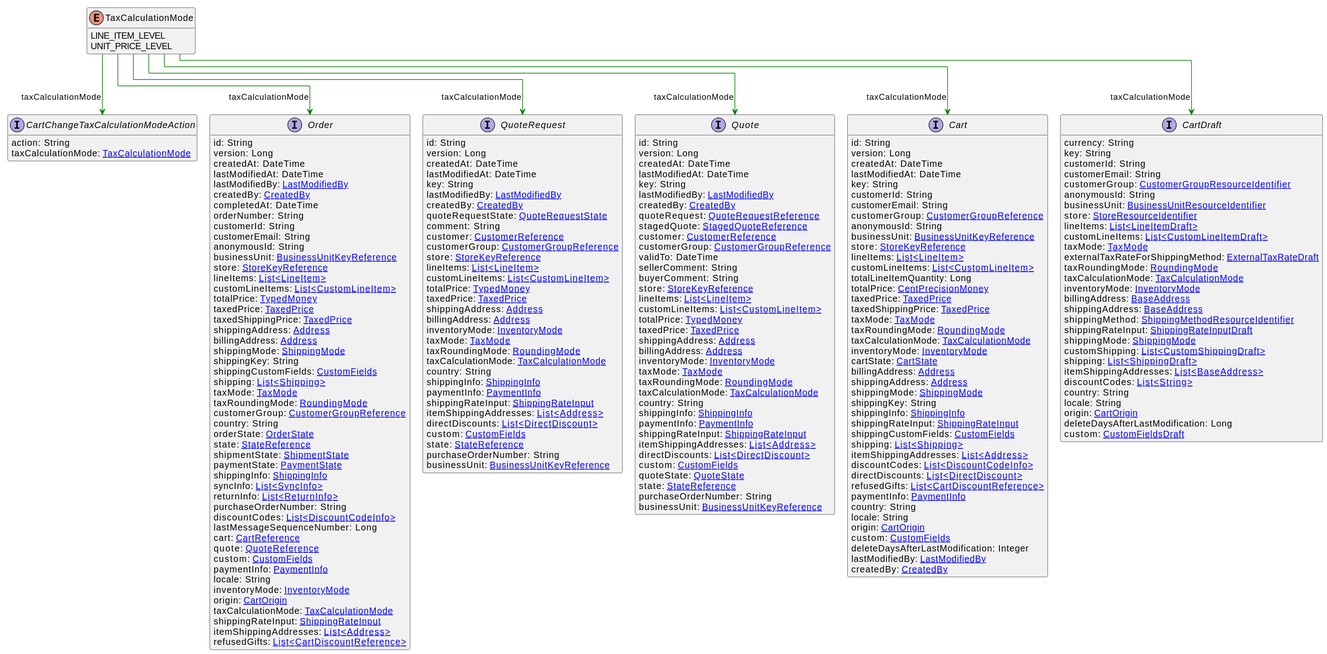
This is uml/api/svg/TaxCalculationMode.svg from commercetools/commercetools-api-reference, a PlantUML export, as it was before one commit.
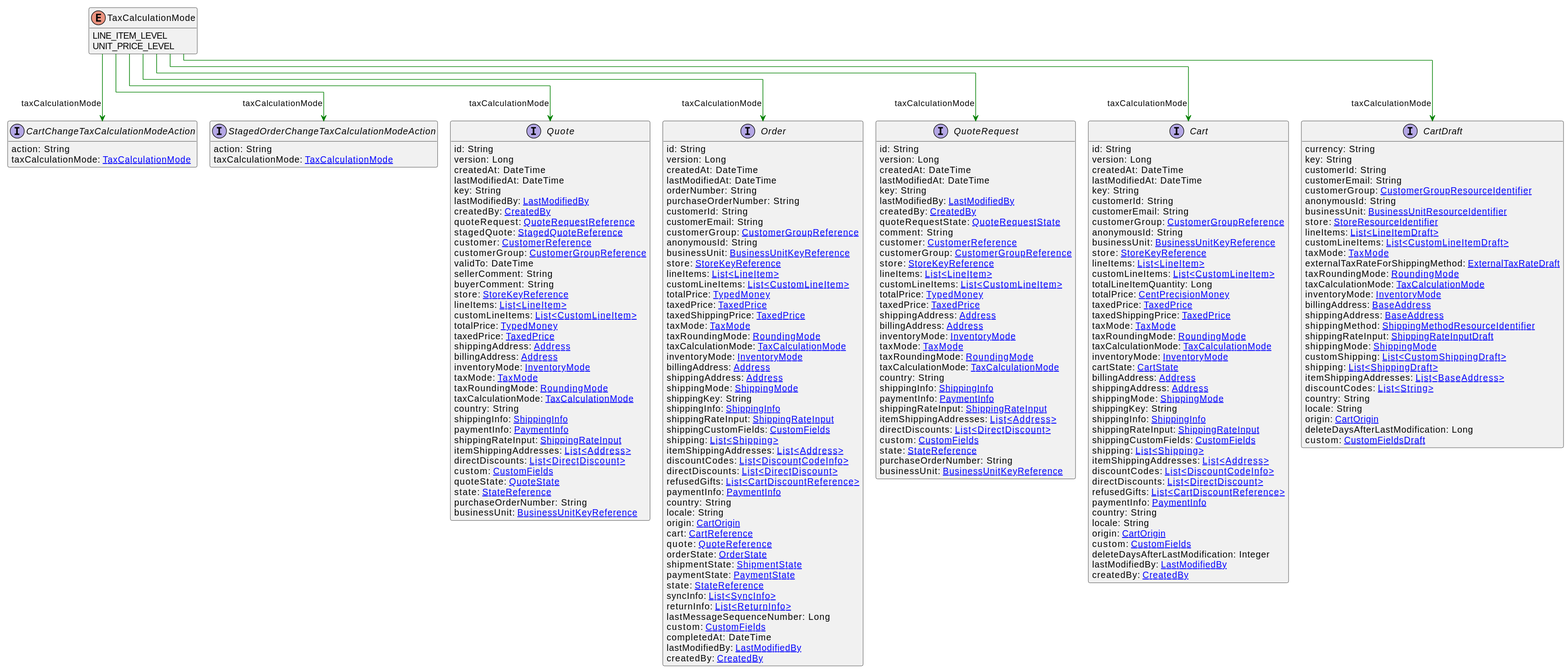
The same diagram one commit later.

The edit, as a diff of the source:
```diff
@@ -84,17 +84,20 @@
     action: String
     taxCalculationMode: [[TaxCalculationMode.svg TaxCalculationMode]]
 }
+interface StagedOrderChangeTaxCalculationModeAction [[StagedOrderChangeTaxCalculationModeAction.svg]]  {
+    action: String
+    taxCalculationMode: [[TaxCalculationMode.svg TaxCalculationMode]]
+}
 interface Order [[Order.svg]]  {
     id: String
     version: Long
     createdAt: DateTime
     lastModifiedAt: DateTime
-    lastModifiedBy: [[LastModifiedBy.svg LastModifiedBy]]
-    createdBy: [[CreatedBy.svg CreatedBy]]
-    completedAt: DateTime
     orderNumber: String
+    purchaseOrderNumber: String
     customerId: String
     customerEmail: String
+    customerGroup: [[CustomerGroupReference.svg CustomerGroupReference]]
     anonymousId: String
     businessUnit: [[BusinessUnitKeyReference.svg BusinessUnitKeyReference]]
     store: [[StoreKeyReference.svg StoreKeyReference]]
@@ -103,37 +106,39 @@
     totalPrice: [[TypedMoney.svg TypedMoney]]
     taxedPrice: [[TaxedPrice.svg TaxedPrice]]
     taxedShippingPrice: [[TaxedPrice.svg TaxedPrice]]
+    taxMode: [[TaxMode.svg TaxMode]]
+    taxRoundingMode: [[RoundingMode.svg RoundingMode]]
+    taxCalculationMode: [[TaxCalculationMode.svg TaxCalculationMode]]
+    inventoryMode: [[InventoryMode.svg InventoryMode]]
+    billingAddress: [[Address.svg Address]]
     shippingAddress: [[Address.svg Address]]
-    billingAddress: [[Address.svg Address]]
     shippingMode: [[ShippingMode.svg ShippingMode]]
     shippingKey: String
+    shippingInfo: [[ShippingInfo.svg ShippingInfo]]
+    shippingRateInput: [[ShippingRateInput.svg ShippingRateInput]]
     shippingCustomFields: [[CustomFields.svg CustomFields]]
     shipping: [[Shipping.svg List<Shipping>]]
-    taxMode: [[TaxMode.svg TaxMode]]
-    taxRoundingMode: [[RoundingMode.svg RoundingMode]]
-    customerGroup: [[CustomerGroupReference.svg CustomerGroupReference]]
+    itemShippingAddresses: [[Address.svg List<Address>]]
+    discountCodes: [[DiscountCodeInfo.svg List<DiscountCodeInfo>]]
+    directDiscounts: [[DirectDiscount.svg List<DirectDiscount>]]
+    refusedGifts: [[CartDiscountReference.svg List<CartDiscountReference>]]
+    paymentInfo: [[PaymentInfo.svg PaymentInfo]]
     country: String
+    locale: String
+    origin: [[CartOrigin.svg CartOrigin]]
+    cart: [[CartReference.svg CartReference]]
+    quote: [[QuoteReference.svg QuoteReference]]
     orderState: [[OrderState.svg OrderState]]
-    state: [[StateReference.svg StateReference]]
     shipmentState: [[ShipmentState.svg ShipmentState]]
     paymentState: [[PaymentState.svg PaymentState]]
-    shippingInfo: [[ShippingInfo.svg ShippingInfo]]
+    state: [[StateReference.svg StateReference]]
     syncInfo: [[SyncInfo.svg List<SyncInfo>]]
     returnInfo: [[ReturnInfo.svg List<ReturnInfo>]]
-    purchaseOrderNumber: String
-    discountCodes: [[DiscountCodeInfo.svg List<DiscountCodeInfo>]]
     lastMessageSequenceNumber: Long
-    cart: [[CartReference.svg CartReference]]
-    quote: [[QuoteReference.svg QuoteReference]]
     custom: [[CustomFields.svg CustomFields]]
-    paymentInfo: [[PaymentInfo.svg PaymentInfo]]
-    locale: String
-    inventoryMode: [[InventoryMode.svg InventoryMode]]
-    origin: [[CartOrigin.svg CartOrigin]]
-    taxCalculationMode: [[TaxCalculationMode.svg TaxCalculationMode]]
-    shippingRateInput: [[ShippingRateInput.svg ShippingRateInput]]
-    itemShippingAddresses: [[Address.svg List<Address>]]
-    refusedGifts: [[CartDiscountReference.svg List<CartDiscountReference>]]
+    completedAt: DateTime
+    lastModifiedBy: [[LastModifiedBy.svg LastModifiedBy]]
+    createdBy: [[CreatedBy.svg CreatedBy]]
 }
 interface QuoteRequest [[QuoteRequest.svg]]  {
     id: String
@@ -210,6 +215,7 @@
 TaxCalculationMode --> Cart #green;text:green : "taxCalculationMode"
 TaxCalculationMode --> CartDraft #green;text:green : "taxCalculationMode"
 TaxCalculationMode --> CartChangeTaxCalculationModeAction #green;text:green : "taxCalculationMode"
+TaxCalculationMode --> StagedOrderChangeTaxCalculationModeAction #green;text:green : "taxCalculationMode"
 TaxCalculationMode --> Order #green;text:green : "taxCalculationMode"
 TaxCalculationMode --> QuoteRequest #green;text:green : "taxCalculationMode"
 TaxCalculationMode --> Quote #green;text:green : "taxCalculationMode"
```
